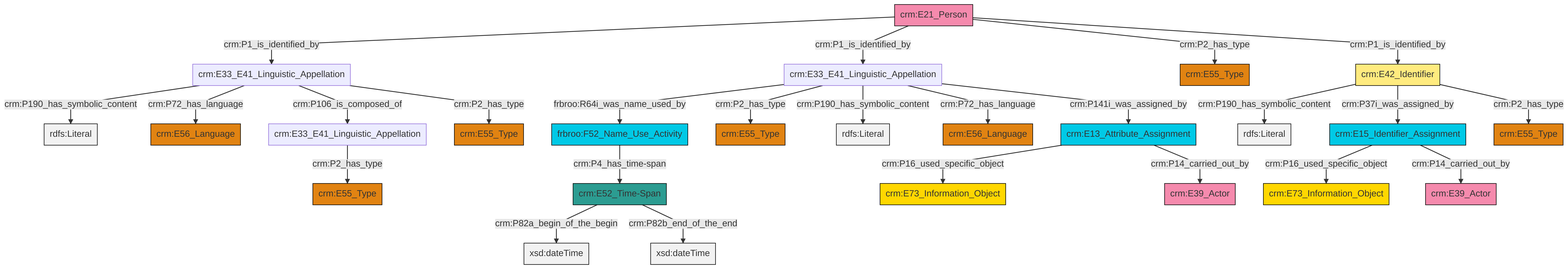
This is et/personCSV/ttl/mmd/png/Person_Names_and_Classification.png from swiss-art-research-net/reference-data-models, a Mermaid export, as it was before one commit. Its source is kept beside it as et/personCSV/ttl/mmd/Person_Names_and_Classification.ttl.mmd.
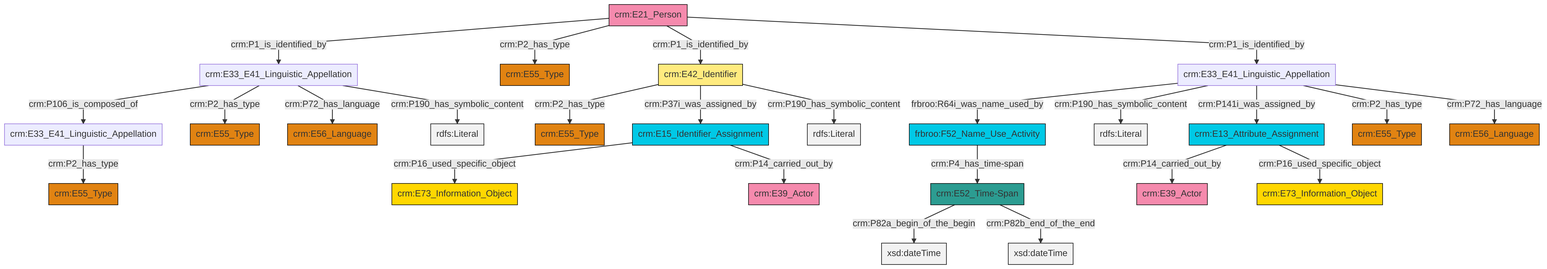
After the change.

What changed in the source:
```diff
@@ -13,27 +13,27 @@
 classDef PC_Classes fill:#4ce600, stroke:#000000;
 classDef Multi fill:#cccccc,stroke:#000000;
 
-8["crm:E21_Person"]:::Actor -->|crm:P1_is_identified_by| 9["crm:E33_E41_Linguistic_Appellation"]:::Default
-9["crm:E33_E41_Linguistic_Appellation"]:::Default -->|crm:P190_has_symbolic_content| 10[rdfs:Literal]:::Literal
-8["crm:E21_Person"]:::Actor -->|crm:P1_is_identified_by| 4["crm:E33_E41_Linguistic_Appellation"]:::Default
-9["crm:E33_E41_Linguistic_Appellation"]:::Default -->|crm:P72_has_language| 0["crm:E56_Language"]:::Type
-13["crm:E42_Identifier"]:::Appellation -->|crm:P190_has_symbolic_content| 14[rdfs:Literal]:::Literal
-17["crm:E15_Identifier_Assignment"]:::Temporal_Entity -->|crm:P16_used_specific_object| 6["crm:E73_Information_Object"]:::Conceptual_Object
-22["crm:E33_E41_Linguistic_Appellation"]:::Default -->|crm:P2_has_type| 23["crm:E55_Type"]:::Type
-17["crm:E15_Identifier_Assignment"]:::Temporal_Entity -->|crm:P14_carried_out_by| 20["crm:E39_Actor"]:::Actor
-8["crm:E21_Person"]:::Actor -->|crm:P2_has_type| 27["crm:E55_Type"]:::Type
-13["crm:E42_Identifier"]:::Appellation -->|crm:P37i_was_assigned_by| 17["crm:E15_Identifier_Assignment"]:::Temporal_Entity
-29["frbroo:F52_Name_Use_Activity"]:::Temporal_Entity -->|crm:P4_has_time-span| 30["crm:E52_Time-Span"]:::Time-Span
-13["crm:E42_Identifier"]:::Appellation -->|crm:P2_has_type| 33["crm:E55_Type"]:::Type
-4["crm:E33_E41_Linguistic_Appellation"]:::Default -->|frbroo:R64i_was_name_used_by| 29["frbroo:F52_Name_Use_Activity"]:::Temporal_Entity
-30["crm:E52_Time-Span"]:::Time-Span -->|crm:P82a_begin_of_the_begin| 36[xsd:dateTime]:::Literal
-4["crm:E33_E41_Linguistic_Appellation"]:::Default -->|crm:P2_has_type| 15["crm:E55_Type"]:::Type
-30["crm:E52_Time-Span"]:::Time-Span -->|crm:P82b_end_of_the_end| 40[xsd:dateTime]:::Literal
-9["crm:E33_E41_Linguistic_Appellation"]:::Default -->|crm:P106_is_composed_of| 22["crm:E33_E41_Linguistic_Appellation"]:::Default
-41["crm:E13_Attribute_Assignment"]:::Temporal_Entity -->|crm:P16_used_specific_object| 18["crm:E73_Information_Object"]:::Conceptual_Object
-9["crm:E33_E41_Linguistic_Appellation"]:::Default -->|crm:P2_has_type| 11["crm:E55_Type"]:::Type
-41["crm:E13_Attribute_Assignment"]:::Temporal_Entity -->|crm:P14_carried_out_by| 2["crm:E39_Actor"]:::Actor
-4["crm:E33_E41_Linguistic_Appellation"]:::Default -->|crm:P190_has_symbolic_content| 44[rdfs:Literal]:::Literal
-8["crm:E21_Person"]:::Actor -->|crm:P1_is_identified_by| 13["crm:E42_Identifier"]:::Appellation
-4["crm:E33_E41_Linguistic_Appellation"]:::Default -->|crm:P72_has_language| 25["crm:E56_Language"]:::Type
-4["crm:E33_E41_Linguistic_Appellation"]:::Default -->|crm:P141i_was_assigned_by| 41["crm:E13_Attribute_Assignment"]:::Temporal_Entity
+0["crm:E21_Person"]:::Actor -->|crm:P1_is_identified_by| 1["crm:E33_E41_Linguistic_Appellation"]:::Default
+2["frbroo:F52_Name_Use_Activity"]:::Temporal_Entity -->|crm:P4_has_time-span| 3["crm:E52_Time-Span"]:::Time-Span
+8["crm:E15_Identifier_Assignment"]:::Temporal_Entity -->|crm:P16_used_specific_object| 9["crm:E73_Information_Object"]:::Conceptual_Object
+12["crm:E33_E41_Linguistic_Appellation"]:::Default -->|frbroo:R64i_was_name_used_by| 2["frbroo:F52_Name_Use_Activity"]:::Temporal_Entity
+8["crm:E15_Identifier_Assignment"]:::Temporal_Entity -->|crm:P14_carried_out_by| 13["crm:E39_Actor"]:::Actor
+0["crm:E21_Person"]:::Actor -->|crm:P2_has_type| 15["crm:E55_Type"]:::Type
+1["crm:E33_E41_Linguistic_Appellation"]:::Default -->|crm:P106_is_composed_of| 10["crm:E33_E41_Linguistic_Appellation"]:::Default
+12["crm:E33_E41_Linguistic_Appellation"]:::Default -->|crm:P190_has_symbolic_content| 18[rdfs:Literal]:::Literal
+0["crm:E21_Person"]:::Actor -->|crm:P1_is_identified_by| 26["crm:E42_Identifier"]:::Appellation
+22["crm:E13_Attribute_Assignment"]:::Temporal_Entity -->|crm:P14_carried_out_by| 27["crm:E39_Actor"]:::Actor
+12["crm:E33_E41_Linguistic_Appellation"]:::Default -->|crm:P141i_was_assigned_by| 22["crm:E13_Attribute_Assignment"]:::Temporal_Entity
+12["crm:E33_E41_Linguistic_Appellation"]:::Default -->|crm:P2_has_type| 24["crm:E55_Type"]:::Type
+1["crm:E33_E41_Linguistic_Appellation"]:::Default -->|crm:P2_has_type| 20["crm:E55_Type"]:::Type
+10["crm:E33_E41_Linguistic_Appellation"]:::Default -->|crm:P2_has_type| 16["crm:E55_Type"]:::Type
+3["crm:E52_Time-Span"]:::Time-Span -->|crm:P82a_begin_of_the_begin| 34[xsd:dateTime]:::Literal
+26["crm:E42_Identifier"]:::Appellation -->|crm:P2_has_type| 4["crm:E55_Type"]:::Type
+1["crm:E33_E41_Linguistic_Appellation"]:::Default -->|crm:P72_has_language| 29["crm:E56_Language"]:::Type
+26["crm:E42_Identifier"]:::Appellation -->|crm:P37i_was_assigned_by| 8["crm:E15_Identifier_Assignment"]:::Temporal_Entity
+0["crm:E21_Person"]:::Actor -->|crm:P1_is_identified_by| 12["crm:E33_E41_Linguistic_Appellation"]:::Default
+1["crm:E33_E41_Linguistic_Appellation"]:::Default -->|crm:P190_has_symbolic_content| 36[rdfs:Literal]:::Literal
+12["crm:E33_E41_Linguistic_Appellation"]:::Default -->|crm:P72_has_language| 32["crm:E56_Language"]:::Type
+22["crm:E13_Attribute_Assignment"]:::Temporal_Entity -->|crm:P16_used_specific_object| 6["crm:E73_Information_Object"]:::Conceptual_Object
+26["crm:E42_Identifier"]:::Appellation -->|crm:P190_has_symbolic_content| 43[rdfs:Literal]:::Literal
+3["crm:E52_Time-Span"]:::Time-Span -->|crm:P82b_end_of_the_end| 46[xsd:dateTime]:::Literal
```
